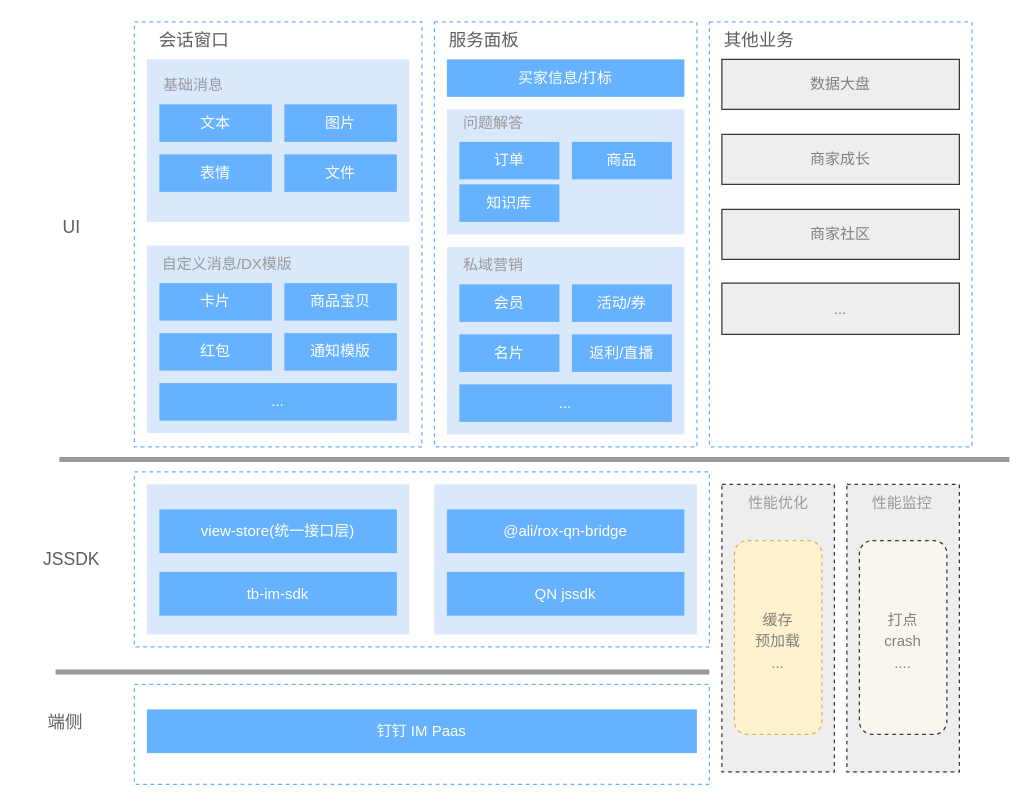
git-zhanglei/flowCharts keeps this draw.io diagram as 商家版规划.drawio. Above is the earlier version. Source tidied: cells renumbered, new cells numbered last; positions are measured from the earlier drawing's top-left corner, leaving out a move shared by most shapes. Both pictures are drawn from the tidied source at 125%, with x=0, y=0 at pixel (21, 21).
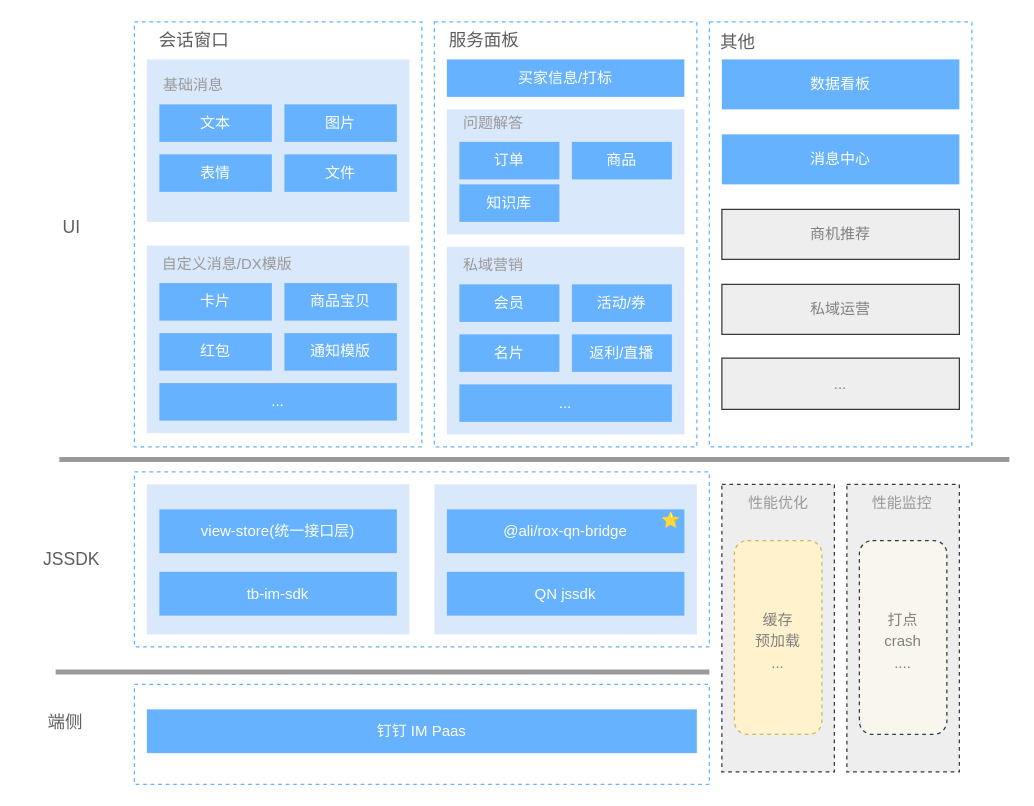
The same page after the edit.

Commit message:
更新商家版规划.drawio

Change to the diagram source:
```diff
@@
-    <mxCell id="30" value="其他业务" style="text;html=1;strokeColor=none;fillColor=none;align=center;verticalAlign=middle;whiteSpace=wrap;rounded=0;dashed=1;fontColor=#5E5E5E;fontSize=14;" parent="1" vertex="1">
-      <mxGeometry x="560" width="60" height="30" as="geometry" />
+    <mxCell id="30" value="其他" style="text;html=1;strokeColor=none;fillColor=none;align=center;verticalAlign=middle;whiteSpace=wrap;rounded=0;dashed=1;fontColor=#5E5E5E;fontSize=14;" parent="1" vertex="1">
+      <mxGeometry x="543" y="1" width="60" height="30" as="geometry" />
     </mxCell>
-    <mxCell id="31" value="数据大盘" style="rounded=0;whiteSpace=wrap;html=1;strokeColor=#36393d;fillColor=#eeeeee;fontColor=#808080;" parent="1" vertex="1">
+    <mxCell id="31" value="数据看板" style="rounded=0;whiteSpace=wrap;html=1;strokeColor=none;fillColor=#66B2FF;fontColor=#FFFFFF;" parent="1" vertex="1">
       <mxGeometry x="560" y="30" width="190" height="40" as="geometry" />
     </mxCell>
@@
     <mxCell id="33" value="..." style="rounded=0;whiteSpace=wrap;html=1;strokeColor=#36393d;fillColor=#eeeeee;fontColor=#808080;" parent="1" vertex="1">
-      <mxGeometry x="560" y="209" width="190" height="41" as="geometry" />
+      <mxGeometry x="560" y="269" width="190" height="41" as="geometry" />
     </mxCell>
-    <mxCell id="34" value="商家成长" style="rounded=0;whiteSpace=wrap;html=1;strokeColor=#36393d;fillColor=#eeeeee;fontColor=#808080;" parent="1" vertex="1">
-      <mxGeometry x="560" y="90" width="190" height="40" as="geometry" />
-    </mxCell>
@@
-    <mxCell id="40" value="商家社区" style="rounded=0;whiteSpace=wrap;html=1;strokeColor=#36393d;fillColor=#eeeeee;fontColor=#808080;" parent="1" vertex="1">
+    <mxCell id="40" value="商机推荐" style="rounded=0;whiteSpace=wrap;html=1;strokeColor=#36393d;fillColor=#eeeeee;fontColor=#808080;" parent="1" vertex="1">
       <mxGeometry x="560" y="150" width="190" height="40" as="geometry" />
     </mxCell>
@@
+    <mxCell id="61" value="⭐️" style="text;whiteSpace=wrap;html=1;" parent="1" vertex="1">
+      <mxGeometry x="510" y="385" width="20" height="30" as="geometry" />
+    </mxCell>
+    <mxCell id="62" value="私域运营" style="rounded=0;whiteSpace=wrap;html=1;strokeColor=#36393d;fillColor=#eeeeee;fontColor=#808080;" parent="1" vertex="1">
+      <mxGeometry x="560" y="210" width="190" height="40" as="geometry" />
+    </mxCell>
+    <mxCell id="63" value="消息中心" style="rounded=0;whiteSpace=wrap;html=1;strokeColor=none;fillColor=#66B2FF;fontColor=#FFFFFF;" parent="1" vertex="1">
+      <mxGeometry x="560" y="90" width="190" height="40" as="geometry" />
+    </mxCell>
```
